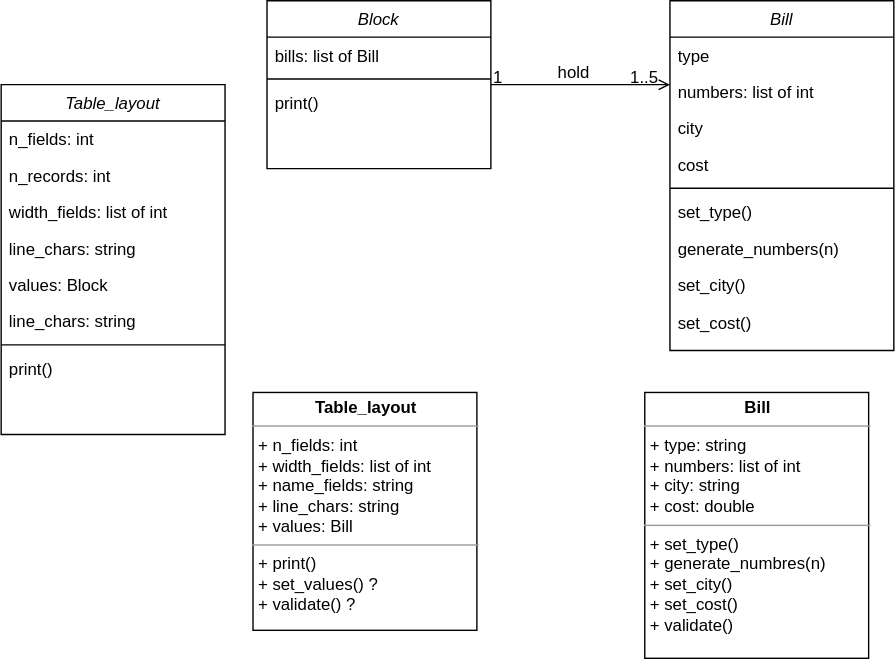
Above: LottoDiagram_prova.svg in marcucci-dev/workbook (draw.io), before the change. Source tidied: cells renumbered, new cells last; positions are measured from the earlier drawing's top-left corner, leaving out a move shared by most shapes.
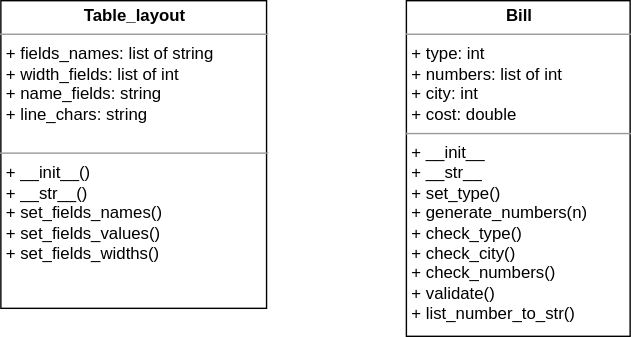
After the change.

What changed in the source:
```diff
@@ -2,100 +2,11 @@
   <root>
     <mxCell id="0" />
     <mxCell id="1" parent="0" />
-    <mxCell id="2" value="Block" style="swimlane;fontStyle=2;align=center;verticalAlign=top;horizontal=1;startSize=26;rounded=0;shadow=0;strokeWidth=1;" parent="1" vertex="1">
-      <mxGeometry x="190" width="160" height="120" as="geometry" />
-    </mxCell>
-    <mxCell id="3" value="bills: list of Bill" style="text;align=left;verticalAlign=top;spacingLeft=4;spacingRight=4;overflow=hidden;" parent="2" vertex="1">
-      <mxGeometry y="26" width="160" height="26" as="geometry" />
-    </mxCell>
-    <mxCell id="4" style="line;html=1;strokeWidth=1;align=left;verticalAlign=middle;spacingTop=-1;spacingLeft=3;spacingRight=3;labelPosition=right;" parent="2" vertex="1">
-      <mxGeometry y="52" width="160" height="8" as="geometry" />
-    </mxCell>
-    <mxCell id="5" value="print()" style="text;align=left;verticalAlign=top;spacingLeft=4;spacingRight=4;overflow=hidden;" parent="2" vertex="1">
-      <mxGeometry y="60" width="160" height="26" as="geometry" />
-    </mxCell>
-    <mxCell id="6" value="Table_layout" style="swimlane;fontStyle=2;align=center;verticalAlign=top;horizontal=1;startSize=26;rounded=0;shadow=0;strokeWidth=1;" parent="1" vertex="1">
-      <mxGeometry y="60" width="160" height="250" as="geometry" />
-    </mxCell>
-    <mxCell id="7" value="n_fields: int" style="text;align=left;verticalAlign=top;spacingLeft=4;spacingRight=4;overflow=hidden;" parent="6" vertex="1">
-      <mxGeometry y="26" width="160" height="26" as="geometry" />
-    </mxCell>
-    <mxCell id="8" value="n_records: int" style="text;align=left;verticalAlign=top;spacingLeft=4;spacingRight=4;overflow=hidden;rounded=0;shadow=0;html=0;" parent="6" vertex="1">
-      <mxGeometry y="52" width="160" height="26" as="geometry" />
-    </mxCell>
-    <mxCell id="9" value="width_fields: list of int" style="text;align=left;verticalAlign=top;spacingLeft=4;spacingRight=4;overflow=hidden;fontStyle=0;" parent="6" vertex="1">
-      <mxGeometry y="78" width="160" height="26" as="geometry" />
-    </mxCell>
-    <mxCell id="10" value="line_chars: string" style="text;align=left;verticalAlign=top;spacingLeft=4;spacingRight=4;overflow=hidden;" parent="6" vertex="1">
-      <mxGeometry y="104" width="160" height="26" as="geometry" />
-    </mxCell>
-    <mxCell id="11" value="values: Block" style="text;align=left;verticalAlign=top;spacingLeft=4;spacingRight=4;overflow=hidden;" parent="6" vertex="1">
-      <mxGeometry y="130" width="160" height="26" as="geometry" />
-    </mxCell>
-    <mxCell id="12" value="line_chars: string" style="text;align=left;verticalAlign=top;spacingLeft=4;spacingRight=4;overflow=hidden;" parent="6" vertex="1">
-      <mxGeometry y="156" width="160" height="26" as="geometry" />
-    </mxCell>
-    <mxCell id="13" style="line;html=1;strokeWidth=1;align=left;verticalAlign=middle;spacingTop=-1;spacingLeft=3;spacingRight=3;labelPosition=right;" parent="6" vertex="1">
-      <mxGeometry y="182" width="160" height="8" as="geometry" />
-    </mxCell>
-    <mxCell id="14" value="print()" style="text;align=left;verticalAlign=top;spacingLeft=4;spacingRight=4;overflow=hidden;" parent="6" vertex="1">
-      <mxGeometry y="190" width="160" height="26" as="geometry" />
-    </mxCell>
-    <mxCell id="15" value="Bill" style="swimlane;fontStyle=2;align=center;verticalAlign=top;horizontal=1;startSize=26;rounded=0;shadow=0;strokeWidth=1;" parent="1" vertex="1">
-      <mxGeometry x="478" width="160" height="250" as="geometry" />
-    </mxCell>
-    <mxCell id="16" value="type" style="text;align=left;verticalAlign=top;spacingLeft=4;spacingRight=4;overflow=hidden;" parent="15" vertex="1">
-      <mxGeometry y="26" width="160" height="26" as="geometry" />
-    </mxCell>
-    <mxCell id="17" value="numbers: list of int" style="text;align=left;verticalAlign=top;spacingLeft=4;spacingRight=4;overflow=hidden;rounded=0;shadow=0;html=0;" parent="15" vertex="1">
-      <mxGeometry y="52" width="160" height="26" as="geometry" />
-    </mxCell>
-    <mxCell id="18" value="city" style="text;align=left;verticalAlign=top;spacingLeft=4;spacingRight=4;overflow=hidden;rounded=0;shadow=0;html=0;" parent="15" vertex="1">
-      <mxGeometry y="78" width="160" height="26" as="geometry" />
-    </mxCell>
-    <mxCell id="19" value="cost" style="text;align=left;verticalAlign=top;spacingLeft=4;spacingRight=4;overflow=hidden;rounded=0;shadow=0;html=0;" parent="15" vertex="1">
-      <mxGeometry y="104" width="160" height="26" as="geometry" />
-    </mxCell>
-    <mxCell id="20" style="line;html=1;strokeWidth=1;align=left;verticalAlign=middle;spacingTop=-1;spacingLeft=3;spacingRight=3;labelPosition=right;" parent="15" vertex="1">
-      <mxGeometry y="130" width="160" height="8" as="geometry" />
-    </mxCell>
-    <mxCell id="21" value="set_type()" style="text;align=left;verticalAlign=top;spacingLeft=4;spacingRight=4;overflow=hidden;rounded=0;shadow=0;html=0;" parent="15" vertex="1">
-      <mxGeometry y="138" width="160" height="26" as="geometry" />
-    </mxCell>
-    <mxCell id="22" value="generate_numbers(n)" style="text;align=left;verticalAlign=top;spacingLeft=4;spacingRight=4;overflow=hidden;" parent="15" vertex="1">
-      <mxGeometry y="164" width="160" height="26" as="geometry" />
-    </mxCell>
-    <mxCell id="23" value="set_city()" style="text;align=left;verticalAlign=top;spacingLeft=4;spacingRight=4;overflow=hidden;" parent="15" vertex="1">
-      <mxGeometry y="190" width="160" height="26" as="geometry" />
-    </mxCell>
-    <mxCell id="24" style="endArrow=open;shadow=0;strokeWidth=1;rounded=0;endFill=1;edgeStyle=elbowEdgeStyle;elbow=vertical;" parent="1" edge="1" source="2" target="15">
-      <mxGeometry x="0.5" y="41" relative="1" as="geometry">
-        <mxPoint x="-40" y="32" as="offset" />
-      </mxGeometry>
-    </mxCell>
-    <mxCell id="25" value="1" style="align=left;verticalAlign=bottom;labelBackgroundColor=none;fontSize=12;" parent="24" vertex="1">
-      <mxGeometry x="-1" relative="1" as="geometry">
-        <mxPoint y="3" as="offset" />
-      </mxGeometry>
-    </mxCell>
-    <mxCell id="26" value="1..5" style="align=right;verticalAlign=bottom;labelBackgroundColor=none;fontSize=12;" parent="24" vertex="1">
-      <mxGeometry x="1" relative="1" as="geometry">
-        <mxPoint x="-7" y="3" as="offset" />
-      </mxGeometry>
-    </mxCell>
-    <mxCell id="27" value="hold" style="text;html=1;align=center;verticalAlign=middle;labelBackgroundColor=none;rounded=0;shadow=0;strokeWidth=1;fontSize=12;" parent="24" vertex="1">
-      <mxGeometry x="0.5" y="49" relative="1" as="geometry">
-        <mxPoint x="-38" y="40" as="offset" />
-      </mxGeometry>
-    </mxCell>
-    <mxCell id="28" value="set_cost()" style="text;align=left;verticalAlign=top;spacingLeft=4;spacingRight=4;overflow=hidden;" parent="1" vertex="1">
-      <mxGeometry x="478" y="217" width="160" height="27" as="geometry" />
-    </mxCell>
-    <mxCell id="29" value="&lt;p style=&quot;margin: 0px ; margin-top: 4px ; text-align: center&quot;&gt;&lt;b&gt;Bill&lt;/b&gt;&lt;/p&gt;&lt;hr size=&quot;1&quot;&gt;&lt;p style=&quot;margin: 0px ; margin-left: 4px&quot;&gt;+ type: string&lt;/p&gt;&lt;p style=&quot;margin: 0px ; margin-left: 4px&quot;&gt;+ numbers: list of int&lt;/p&gt;&lt;p style=&quot;margin: 0px ; margin-left: 4px&quot;&gt;+ city: string&lt;br&gt;&lt;/p&gt;&lt;p style=&quot;margin: 0px ; margin-left: 4px&quot;&gt;+ cost: double&lt;br&gt;&lt;/p&gt;&lt;hr size=&quot;1&quot;&gt;&lt;p style=&quot;margin: 0px ; margin-left: 4px&quot;&gt;+ set_type()&lt;br&gt;&lt;/p&gt;&lt;p style=&quot;margin: 0px ; margin-left: 4px&quot;&gt;+ generate_numbres(n)&lt;/p&gt;&lt;p style=&quot;margin: 0px ; margin-left: 4px&quot;&gt;+ set_city()&lt;/p&gt;&lt;p style=&quot;margin: 0px ; margin-left: 4px&quot;&gt;+ set_cost()&lt;/p&gt;&lt;p style=&quot;margin: 0px ; margin-left: 4px&quot;&gt;+ validate()&lt;br&gt;&lt;/p&gt;&lt;p style=&quot;margin: 0px ; margin-left: 4px&quot;&gt;&lt;br&gt;&lt;/p&gt;" style="verticalAlign=top;align=left;overflow=fill;fontSize=12;fontFamily=Helvetica;html=1;" parent="1" vertex="1">
-      <mxGeometry x="460" y="280" width="160" height="190" as="geometry" />
+    <mxCell id="29" value="&lt;p style=&quot;margin: 0px ; margin-top: 4px ; text-align: center&quot;&gt;&lt;b&gt;Bill&lt;/b&gt;&lt;/p&gt;&lt;hr size=&quot;1&quot;&gt;&lt;p style=&quot;margin: 0px ; margin-left: 4px&quot;&gt;+ type: int&lt;/p&gt;&lt;p style=&quot;margin: 0px ; margin-left: 4px&quot;&gt;+ numbers: list of int&lt;/p&gt;&lt;p style=&quot;margin: 0px ; margin-left: 4px&quot;&gt;+ city: int&lt;br&gt;&lt;/p&gt;&lt;p style=&quot;margin: 0px ; margin-left: 4px&quot;&gt;+ cost: double&lt;br&gt;&lt;/p&gt;&lt;hr size=&quot;1&quot;&gt;&lt;p style=&quot;margin: 0px ; margin-left: 4px&quot;&gt;+ __init__&lt;/p&gt;&lt;p style=&quot;margin: 0px ; margin-left: 4px&quot;&gt;+ __str__&lt;br&gt;&lt;/p&gt;&lt;p style=&quot;margin: 0px ; margin-left: 4px&quot;&gt;+ set_type()&lt;br&gt;&lt;/p&gt;&lt;p style=&quot;margin: 0px ; margin-left: 4px&quot;&gt;+ generate_numbers(n)&lt;/p&gt;&lt;p style=&quot;margin: 0px ; margin-left: 4px&quot;&gt;+ check_type()&lt;/p&gt;&lt;p style=&quot;margin: 0px ; margin-left: 4px&quot;&gt;+ check_city()&lt;/p&gt;&lt;p style=&quot;margin: 0px ; margin-left: 4px&quot;&gt;+ check_numbers()&lt;/p&gt;&lt;p style=&quot;margin: 0px ; margin-left: 4px&quot;&gt;+ validate()&lt;/p&gt;&lt;p style=&quot;margin: 0px ; margin-left: 4px&quot;&gt;+ list_number_to_str()&lt;br&gt;&lt;/p&gt;&lt;p style=&quot;margin: 0px ; margin-left: 4px&quot;&gt;&lt;br&gt;&lt;/p&gt;" style="verticalAlign=top;align=left;overflow=fill;fontSize=12;fontFamily=Helvetica;html=1;" parent="1" vertex="1">
+      <mxGeometry x="470" y="160" width="160" height="240" as="geometry" />
     </mxCell>
-    <mxCell id="30" value="&lt;p style=&quot;margin: 0px ; margin-top: 4px ; text-align: center&quot;&gt;&lt;b&gt;Table_layout&lt;/b&gt;&lt;/p&gt;&lt;hr size=&quot;1&quot;&gt;&lt;p style=&quot;margin: 0px ; margin-left: 4px&quot;&gt;+ n_fields: int&lt;/p&gt;&lt;p style=&quot;margin: 0px ; margin-left: 4px&quot;&gt;+ width_fields: list of int&lt;/p&gt;&lt;p style=&quot;margin: 0px ; margin-left: 4px&quot;&gt;+ name_fields: string&lt;br&gt;&lt;/p&gt;&lt;p style=&quot;margin: 0px ; margin-left: 4px&quot;&gt;+ line_chars: string&lt;br&gt;&lt;/p&gt;&lt;p style=&quot;margin: 0px ; margin-left: 4px&quot;&gt;+ values: Bill&lt;br&gt;&lt;/p&gt;&lt;hr size=&quot;1&quot;&gt;&lt;p style=&quot;margin: 0px ; margin-left: 4px&quot;&gt;+ print()&lt;/p&gt;&lt;p style=&quot;margin: 0px ; margin-left: 4px&quot;&gt;+ set_values() ?&lt;br&gt;&lt;/p&gt;&lt;p style=&quot;margin: 0px ; margin-left: 4px&quot;&gt;+ validate() ?&lt;br&gt;&lt;/p&gt;&lt;p style=&quot;margin: 0px ; margin-left: 4px&quot;&gt;&lt;br&gt;&lt;/p&gt;" style="verticalAlign=top;align=left;overflow=fill;fontSize=12;fontFamily=Helvetica;html=1;" parent="1" vertex="1">
-      <mxGeometry x="180" y="280" width="160" height="170" as="geometry" />
+    <mxCell id="30" value="&lt;p style=&quot;margin: 0px ; margin-top: 4px ; text-align: center&quot;&gt;&lt;b&gt;Table_layout&lt;/b&gt;&lt;/p&gt;&lt;hr size=&quot;1&quot;&gt;&lt;p style=&quot;margin: 0px ; margin-left: 4px&quot;&gt;+ fields_names: list of string&lt;/p&gt;&lt;p style=&quot;margin: 0px ; margin-left: 4px&quot;&gt;+ width_fields: list of int&lt;/p&gt;&lt;p style=&quot;margin: 0px ; margin-left: 4px&quot;&gt;+ name_fields: string&lt;br&gt;&lt;/p&gt;&lt;p style=&quot;margin: 0px ; margin-left: 4px&quot;&gt;+ line_chars: string&lt;br&gt;&lt;/p&gt;&lt;p style=&quot;margin: 0px ; margin-left: 4px&quot;&gt;&lt;br&gt;&lt;/p&gt;&lt;hr size=&quot;1&quot;&gt;&lt;p style=&quot;margin: 0px ; margin-left: 4px&quot;&gt;+ __init__()&lt;/p&gt;&lt;p style=&quot;margin: 0px ; margin-left: 4px&quot;&gt;+ __str__() &lt;br&gt;&lt;/p&gt;&lt;p style=&quot;margin: 0px ; margin-left: 4px&quot;&gt;+ set_fields_names()&lt;/p&gt;&lt;p style=&quot;margin: 0px ; margin-left: 4px&quot;&gt;+ set_fields_values()&lt;/p&gt;&lt;p style=&quot;margin: 0px ; margin-left: 4px&quot;&gt;+ set_fields_widths()&lt;/p&gt;&lt;p style=&quot;margin: 0px ; margin-left: 4px&quot;&gt;&lt;br&gt;&lt;/p&gt;" style="verticalAlign=top;align=left;overflow=fill;fontSize=12;fontFamily=Helvetica;html=1;" parent="1" vertex="1">
+      <mxGeometry x="180" y="160" width="190" height="220" as="geometry" />
     </mxCell>
   </root>
 </mxGraphModel>
```
